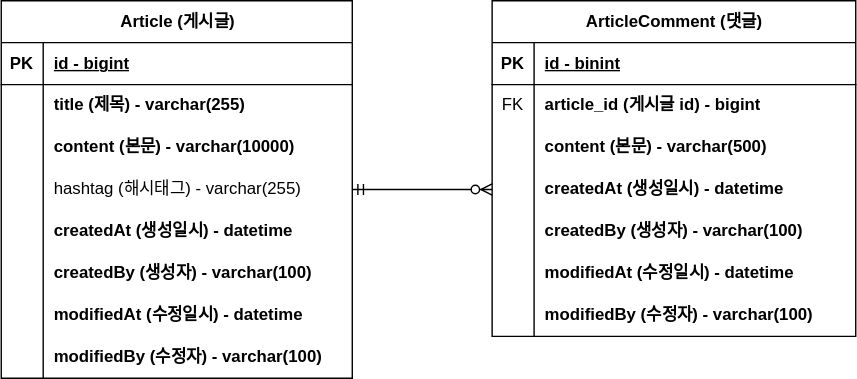
This is document/project-board-erd.svg from bonggyoson/Toy-project-board, a draw.io export, as it was before one commit. Source tidied: cells renumbered, new cells last; positions are measured from the earlier drawing's top-left corner, leaving out a move shared by most shapes.
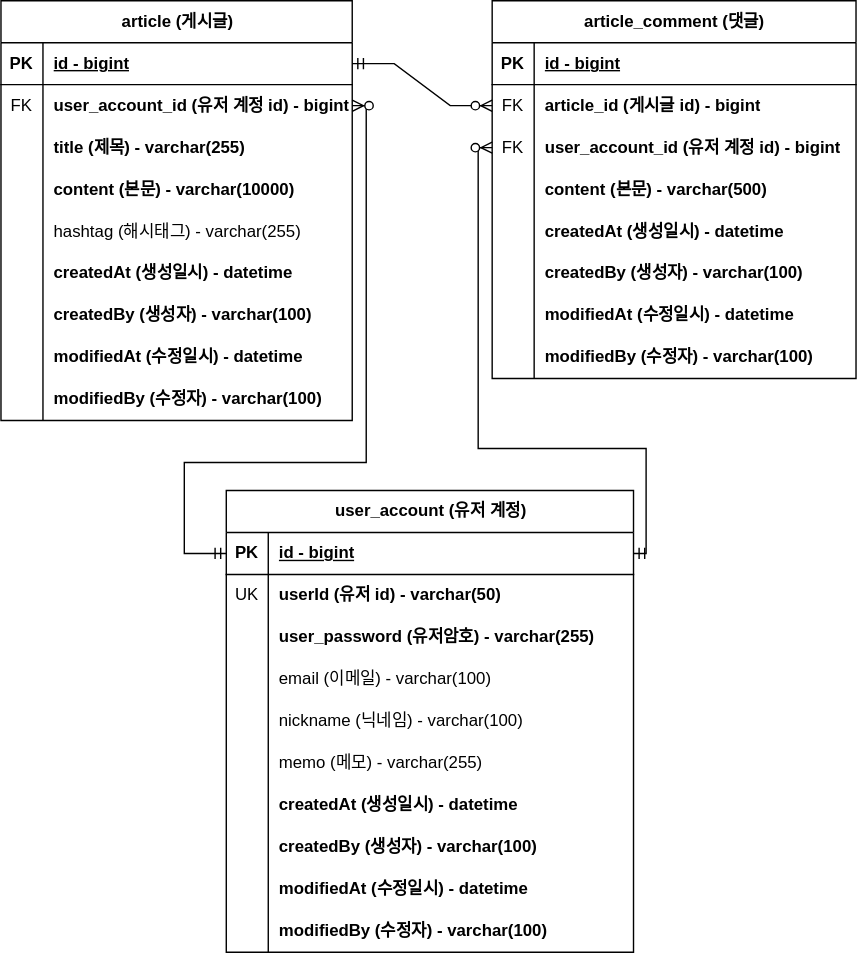
Above is the later version.

Commit message:
#21 - erd 업데이트 - user_account 추가

What changed in the source:
```diff
@@ -2,8 +2,8 @@
   <root>
     <mxCell id="0" />
     <mxCell id="1" parent="0" />
-    <mxCell id="2" value="Article (게시글)" style="shape=table;startSize=30;rowLines=0;fontStyle=1;align=center;html=1;" parent="1" vertex="1">
-      <mxGeometry width="251" height="270" as="geometry" />
+    <mxCell id="2" value="article (게시글)" style="shape=table;startSize=30;rowLines=0;fontStyle=1;align=center;html=1;" parent="1" vertex="1">
+      <mxGeometry width="251" height="300" as="geometry" />
     </mxCell>
     <mxCell id="3" style="shape=tableRow;horizontal=0;startSize=0;swimlaneHead=0;swimlaneBody=0;fillColor=none;points=[[0,0.5],[1,0.5]];portConstraint=eastwest;top=0;left=0;right=0;bottom=1;" parent="2" vertex="1">
       <mxGeometry y="30" width="251" height="30" as="geometry" />
@@ -17,14 +17,23 @@
     <mxCell id="6" style="shape=tableRow;horizontal=0;startSize=0;swimlaneHead=0;swimlaneBody=0;fillColor=none;points=[[0,0.5],[1,0.5]];portConstraint=eastwest;top=0;left=0;right=0;bottom=0;" parent="2" vertex="1">
       <mxGeometry y="60" width="251" height="30" as="geometry" />
     </mxCell>
-    <mxCell id="7" style="shape=partialRectangle;fillColor=none;top=0;left=0;bottom=0;right=0;overflow=hidden;whiteSpace=wrap;html=1;" parent="6" vertex="1">
+    <mxCell id="7" value="FK" style="shape=partialRectangle;fillColor=none;top=0;left=0;bottom=0;right=0;overflow=hidden;whiteSpace=wrap;html=1;" parent="6" vertex="1">
       <mxGeometry width="30" height="30" as="geometry" />
     </mxCell>
-    <mxCell id="8" value="title (제목) - varchar(255)" style="shape=partialRectangle;fillColor=none;top=0;left=0;bottom=0;right=0;align=left;spacingLeft=6;overflow=hidden;whiteSpace=wrap;html=1;fontStyle=1;" parent="6" vertex="1">
+    <mxCell id="8" value="user_account_id (유저 계정 id) - bigint" style="shape=partialRectangle;fillColor=none;top=0;left=0;bottom=0;right=0;align=left;spacingLeft=6;overflow=hidden;whiteSpace=wrap;html=1;fontStyle=1;" parent="6" vertex="1">
       <mxGeometry x="30" width="221" height="30" as="geometry" />
     </mxCell>
+    <mxCell id="50" style="shape=tableRow;horizontal=0;startSize=0;swimlaneHead=0;swimlaneBody=0;fillColor=none;top=0;left=0;right=0;bottom=0;" parent="2" vertex="1">
+      <mxGeometry y="90" width="251" height="30" as="geometry" />
+    </mxCell>
+    <mxCell id="51" style="shape=partialRectangle;fillColor=none;top=0;left=0;bottom=0;right=0;overflow=hidden;whiteSpace=wrap;html=1;" parent="50" vertex="1">
+      <mxGeometry width="30" height="30" as="geometry" />
+    </mxCell>
+    <mxCell id="52" value="title (제목) - varchar(255)" style="shape=partialRectangle;fillColor=none;top=0;left=0;bottom=0;right=0;align=left;spacingLeft=6;overflow=hidden;whiteSpace=wrap;html=1;fontStyle=1;" parent="50" vertex="1">
+      <mxGeometry x="30" width="221" height="30" as="geometry" />
+    </mxCell>
     <mxCell id="9" style="shape=tableRow;horizontal=0;startSize=0;swimlaneHead=0;swimlaneBody=0;fillColor=none;top=0;left=0;right=0;bottom=0;" parent="2" vertex="1">
-      <mxGeometry y="90" width="251" height="30" as="geometry" />
+      <mxGeometry y="120" width="251" height="30" as="geometry" />
     </mxCell>
     <mxCell id="10" style="shape=partialRectangle;fillColor=none;top=0;left=0;bottom=0;right=0;overflow=hidden;whiteSpace=wrap;html=1;" parent="9" vertex="1">
       <mxGeometry width="30" height="30" as="geometry" />
@@ -33,7 +42,7 @@
       <mxGeometry x="30" width="221" height="30" as="geometry" />
     </mxCell>
     <mxCell id="12" style="shape=tableRow;horizontal=0;startSize=0;swimlaneHead=0;swimlaneBody=0;fillColor=none;points=[[0,0.5],[1,0.5]];portConstraint=eastwest;top=0;left=0;right=0;bottom=0;" parent="2" vertex="1">
-      <mxGeometry y="120" width="251" height="30" as="geometry" />
+      <mxGeometry y="150" width="251" height="30" as="geometry" />
     </mxCell>
     <mxCell id="13" style="shape=partialRectangle;fillColor=none;top=0;left=0;bottom=0;right=0;overflow=hidden;whiteSpace=wrap;html=1;" parent="12" vertex="1">
       <mxGeometry width="30" height="30" as="geometry" />
@@ -42,7 +51,7 @@
       <mxGeometry x="30" width="221" height="30" as="geometry" />
     </mxCell>
     <mxCell id="15" style="shape=tableRow;horizontal=0;startSize=0;swimlaneHead=0;swimlaneBody=0;fillColor=none;top=0;left=0;right=0;bottom=0;" parent="2" vertex="1">
-      <mxGeometry y="150" width="251" height="30" as="geometry" />
+      <mxGeometry y="180" width="251" height="30" as="geometry" />
     </mxCell>
     <mxCell id="16" style="shape=partialRectangle;fillColor=none;top=0;left=0;bottom=0;right=0;overflow=hidden;whiteSpace=wrap;html=1;" parent="15" vertex="1">
       <mxGeometry width="30" height="30" as="geometry" />
@@ -51,7 +60,7 @@
       <mxGeometry x="30" width="221" height="30" as="geometry" />
     </mxCell>
     <mxCell id="18" style="shape=tableRow;horizontal=0;startSize=0;swimlaneHead=0;swimlaneBody=0;fillColor=none;top=0;left=0;right=0;bottom=0;" parent="2" vertex="1">
-      <mxGeometry y="180" width="251" height="30" as="geometry" />
+      <mxGeometry y="210" width="251" height="30" as="geometry" />
     </mxCell>
     <mxCell id="19" style="shape=partialRectangle;fillColor=none;top=0;left=0;bottom=0;right=0;overflow=hidden;whiteSpace=wrap;html=1;" parent="18" vertex="1">
       <mxGeometry width="30" height="30" as="geometry" />
@@ -60,7 +69,7 @@
       <mxGeometry x="30" width="221" height="30" as="geometry" />
     </mxCell>
     <mxCell id="21" style="shape=tableRow;horizontal=0;startSize=0;swimlaneHead=0;swimlaneBody=0;fillColor=none;top=0;left=0;right=0;bottom=0;" parent="2" vertex="1">
-      <mxGeometry y="210" width="251" height="30" as="geometry" />
+      <mxGeometry y="240" width="251" height="30" as="geometry" />
     </mxCell>
     <mxCell id="22" style="shape=partialRectangle;fillColor=none;top=0;left=0;bottom=0;right=0;overflow=hidden;whiteSpace=wrap;html=1;" parent="21" vertex="1">
       <mxGeometry width="30" height="30" as="geometry" />
@@ -69,7 +78,7 @@
       <mxGeometry x="30" width="221" height="30" as="geometry" />
     </mxCell>
     <mxCell id="24" style="shape=tableRow;horizontal=0;startSize=0;swimlaneHead=0;swimlaneBody=0;fillColor=none;top=0;left=0;right=0;bottom=0;" parent="2" vertex="1">
-      <mxGeometry y="240" width="251" height="30" as="geometry" />
+      <mxGeometry y="270" width="251" height="30" as="geometry" />
     </mxCell>
     <mxCell id="25" style="shape=partialRectangle;fillColor=none;top=0;left=0;bottom=0;right=0;overflow=hidden;whiteSpace=wrap;html=1;" parent="24" vertex="1">
       <mxGeometry width="30" height="30" as="geometry" />
@@ -77,8 +86,8 @@
     <mxCell id="26" value="modifiedBy (수정자) - varchar(100)" style="shape=partialRectangle;fillColor=none;top=0;left=0;bottom=0;right=0;align=left;spacingLeft=6;overflow=hidden;whiteSpace=wrap;html=1;fontStyle=1;" parent="24" vertex="1">
       <mxGeometry x="30" width="221" height="30" as="geometry" />
     </mxCell>
-    <mxCell id="27" value="ArticleComment (댓글)" style="shape=table;startSize=30;rowLines=0;fontStyle=1;align=center;html=1;" parent="1" vertex="1">
-      <mxGeometry x="351" width="260" height="240" as="geometry" />
+    <mxCell id="27" value="article_comment (댓글)" style="shape=table;startSize=30;rowLines=0;fontStyle=1;align=center;html=1;" parent="1" vertex="1">
+      <mxGeometry x="351" width="260" height="270" as="geometry" />
     </mxCell>
     <mxCell id="28" style="shape=tableRow;horizontal=0;startSize=0;swimlaneHead=0;swimlaneBody=0;fillColor=none;top=0;left=0;right=0;bottom=1;" parent="27" vertex="1">
       <mxGeometry y="30" width="260" height="30" as="geometry" />
@@ -86,7 +95,7 @@
     <mxCell id="29" value="PK" style="shape=partialRectangle;fillColor=none;top=0;left=0;bottom=0;right=0;fontStyle=1;overflow=hidden;whiteSpace=wrap;html=1;" parent="28" vertex="1">
       <mxGeometry width="30" height="30" as="geometry" />
     </mxCell>
-    <mxCell id="30" value="id - binint" style="shape=partialRectangle;fillColor=none;top=0;left=0;bottom=0;right=0;align=left;spacingLeft=6;fontStyle=5;overflow=hidden;whiteSpace=wrap;html=1;" parent="28" vertex="1">
+    <mxCell id="30" value="id - bigint" style="shape=partialRectangle;fillColor=none;top=0;left=0;bottom=0;right=0;align=left;spacingLeft=6;fontStyle=5;overflow=hidden;whiteSpace=wrap;html=1;" parent="28" vertex="1">
       <mxGeometry x="30" width="230" height="30" as="geometry" />
     </mxCell>
     <mxCell id="31" style="shape=tableRow;horizontal=0;startSize=0;swimlaneHead=0;swimlaneBody=0;fillColor=none;points=[[0,0.5],[1,0.5]];portConstraint=eastwest;top=0;left=0;right=0;bottom=0;" parent="27" vertex="1">
@@ -98,8 +107,17 @@
     <mxCell id="33" value="article_id (게시글 id) - bigint" style="shape=partialRectangle;fillColor=none;top=0;left=0;bottom=0;right=0;align=left;spacingLeft=6;overflow=hidden;whiteSpace=wrap;html=1;fontStyle=1;" parent="31" vertex="1">
       <mxGeometry x="30" width="230" height="30" as="geometry" />
     </mxCell>
+    <mxCell id="53" style="shape=tableRow;horizontal=0;startSize=0;swimlaneHead=0;swimlaneBody=0;fillColor=none;points=[[0,0.5],[1,0.5]];portConstraint=eastwest;top=0;left=0;right=0;bottom=0;" parent="27" vertex="1">
+      <mxGeometry y="90" width="260" height="30" as="geometry" />
+    </mxCell>
+    <mxCell id="54" value="FK" style="shape=partialRectangle;fillColor=none;top=0;left=0;bottom=0;right=0;overflow=hidden;whiteSpace=wrap;html=1;" parent="53" vertex="1">
+      <mxGeometry width="30" height="30" as="geometry" />
+    </mxCell>
+    <mxCell id="55" value="user_account_id (유저 계정&amp;nbsp;id) - bigint" style="shape=partialRectangle;fillColor=none;top=0;left=0;bottom=0;right=0;align=left;spacingLeft=6;overflow=hidden;whiteSpace=wrap;html=1;fontStyle=1;" parent="53" vertex="1">
+      <mxGeometry x="30" width="230" height="30" as="geometry" />
+    </mxCell>
     <mxCell id="34" style="shape=tableRow;horizontal=0;startSize=0;swimlaneHead=0;swimlaneBody=0;fillColor=none;top=0;left=0;right=0;bottom=0;" parent="27" vertex="1">
-      <mxGeometry y="90" width="260" height="30" as="geometry" />
+      <mxGeometry y="120" width="260" height="30" as="geometry" />
     </mxCell>
     <mxCell id="35" style="shape=partialRectangle;fillColor=none;top=0;left=0;bottom=0;right=0;overflow=hidden;whiteSpace=wrap;html=1;" parent="34" vertex="1">
       <mxGeometry width="30" height="30" as="geometry" />
@@ -108,7 +126,7 @@
       <mxGeometry x="30" width="230" height="30" as="geometry" />
     </mxCell>
     <mxCell id="37" style="shape=tableRow;horizontal=0;startSize=0;swimlaneHead=0;swimlaneBody=0;fillColor=none;points=[[0,0.5],[1,0.5]];portConstraint=eastwest;top=0;left=0;right=0;bottom=0;" parent="27" vertex="1">
-      <mxGeometry y="120" width="260" height="30" as="geometry" />
+      <mxGeometry y="150" width="260" height="30" as="geometry" />
     </mxCell>
     <mxCell id="38" style="shape=partialRectangle;fillColor=none;top=0;left=0;bottom=0;right=0;overflow=hidden;whiteSpace=wrap;html=1;" parent="37" vertex="1">
       <mxGeometry width="30" height="30" as="geometry" />
@@ -117,7 +135,7 @@
       <mxGeometry x="30" width="230" height="30" as="geometry" />
     </mxCell>
     <mxCell id="40" style="shape=tableRow;horizontal=0;startSize=0;swimlaneHead=0;swimlaneBody=0;fillColor=none;top=0;left=0;right=0;bottom=0;" parent="27" vertex="1">
-      <mxGeometry y="150" width="260" height="30" as="geometry" />
+      <mxGeometry y="180" width="260" height="30" as="geometry" />
     </mxCell>
     <mxCell id="41" style="shape=partialRectangle;fillColor=none;top=0;left=0;bottom=0;right=0;overflow=hidden;whiteSpace=wrap;html=1;" parent="40" vertex="1">
       <mxGeometry width="30" height="30" as="geometry" />
@@ -126,7 +144,7 @@
       <mxGeometry x="30" width="230" height="30" as="geometry" />
     </mxCell>
     <mxCell id="43" style="shape=tableRow;horizontal=0;startSize=0;swimlaneHead=0;swimlaneBody=0;fillColor=none;top=0;left=0;right=0;bottom=0;" parent="27" vertex="1">
-      <mxGeometry y="180" width="260" height="30" as="geometry" />
+      <mxGeometry y="210" width="260" height="30" as="geometry" />
     </mxCell>
     <mxCell id="44" style="shape=partialRectangle;fillColor=none;top=0;left=0;bottom=0;right=0;overflow=hidden;whiteSpace=wrap;html=1;" parent="43" vertex="1">
       <mxGeometry width="30" height="30" as="geometry" />
@@ -135,7 +153,7 @@
       <mxGeometry x="30" width="230" height="30" as="geometry" />
     </mxCell>
     <mxCell id="46" style="shape=tableRow;horizontal=0;startSize=0;swimlaneHead=0;swimlaneBody=0;fillColor=none;top=0;left=0;right=0;bottom=0;" parent="27" vertex="1">
-      <mxGeometry y="210" width="260" height="30" as="geometry" />
+      <mxGeometry y="240" width="260" height="30" as="geometry" />
     </mxCell>
     <mxCell id="47" style="shape=partialRectangle;fillColor=none;top=0;left=0;bottom=0;right=0;overflow=hidden;whiteSpace=wrap;html=1;" parent="46" vertex="1">
       <mxGeometry width="30" height="30" as="geometry" />
@@ -143,8 +161,121 @@
     <mxCell id="48" value="modifiedBy (수정자) - varchar(100)" style="shape=partialRectangle;fillColor=none;top=0;left=0;bottom=0;right=0;align=left;spacingLeft=6;overflow=hidden;whiteSpace=wrap;html=1;fontStyle=1;" parent="46" vertex="1">
       <mxGeometry x="30" width="230" height="30" as="geometry" />
     </mxCell>
-    <mxCell id="49" style="edgeStyle=entityRelationEdgeStyle;fontSize=12;html=1;endArrow=ERzeroToMany;startArrow=ERmandOne;rounded=0;entryX=0;entryY=0.5;entryDx=0;entryDy=0;exitX=1;exitY=0.5;exitDx=0;exitDy=0;" parent="1" edge="1" source="12" target="37">
+    <mxCell id="49" style="edgeStyle=entityRelationEdgeStyle;fontSize=12;html=1;endArrow=ERzeroToMany;startArrow=ERmandOne;rounded=0;entryX=0;entryY=0.5;entryDx=0;entryDy=0;exitX=1;exitY=0.5;exitDx=0;exitDy=0;" parent="1" edge="1" source="3" target="31">
       <mxGeometry relative="1" as="geometry" />
     </mxCell>
+    <mxCell id="56" value="user_account (유저 계정)" style="shape=table;startSize=30;rowLines=0;fontStyle=1;align=center;html=1;" parent="1" vertex="1">
+      <mxGeometry x="161" y="350" width="291" height="330" as="geometry" />
+    </mxCell>
+    <mxCell id="57" style="shape=tableRow;horizontal=0;startSize=0;swimlaneHead=0;swimlaneBody=0;fillColor=none;points=[[0,0.5],[1,0.5]];portConstraint=eastwest;top=0;left=0;right=0;bottom=1;" parent="56" vertex="1">
+      <mxGeometry y="30" width="291" height="30" as="geometry" />
+    </mxCell>
+    <mxCell id="58" value="PK" style="shape=partialRectangle;fillColor=none;top=0;left=0;bottom=0;right=0;fontStyle=1;overflow=hidden;whiteSpace=wrap;html=1;" parent="57" vertex="1">
+      <mxGeometry width="30" height="30" as="geometry" />
+    </mxCell>
+    <mxCell id="59" value="id - bigint" style="shape=partialRectangle;fillColor=none;top=0;left=0;bottom=0;right=0;align=left;spacingLeft=6;fontStyle=5;overflow=hidden;whiteSpace=wrap;html=1;" parent="57" vertex="1">
+      <mxGeometry x="30" width="261" height="30" as="geometry" />
+    </mxCell>
+    <mxCell id="60" style="shape=tableRow;horizontal=0;startSize=0;swimlaneHead=0;swimlaneBody=0;fillColor=none;top=0;left=0;right=0;bottom=0;" parent="56" vertex="1">
+      <mxGeometry y="60" width="291" height="30" as="geometry" />
+    </mxCell>
+    <mxCell id="61" value="UK" style="shape=partialRectangle;fillColor=none;top=0;left=0;bottom=0;right=0;overflow=hidden;whiteSpace=wrap;html=1;" parent="60" vertex="1">
+      <mxGeometry width="30" height="30" as="geometry" />
+    </mxCell>
+    <mxCell id="62" value="userId (유저 id) - varchar(50)" style="shape=partialRectangle;fillColor=none;top=0;left=0;bottom=0;right=0;align=left;spacingLeft=6;overflow=hidden;whiteSpace=wrap;html=1;fontStyle=1;" parent="60" vertex="1">
+      <mxGeometry x="30" width="261" height="30" as="geometry" />
+    </mxCell>
+    <mxCell id="63" style="shape=tableRow;horizontal=0;startSize=0;swimlaneHead=0;swimlaneBody=0;fillColor=none;top=0;left=0;right=0;bottom=0;" parent="56" vertex="1">
+      <mxGeometry y="90" width="291" height="30" as="geometry" />
+    </mxCell>
+    <mxCell id="64" style="shape=partialRectangle;fillColor=none;top=0;left=0;bottom=0;right=0;overflow=hidden;whiteSpace=wrap;html=1;" parent="63" vertex="1">
+      <mxGeometry width="30" height="30" as="geometry" />
+    </mxCell>
+    <mxCell id="65" value="user_password (유저암호) - varchar(255)" style="shape=partialRectangle;fillColor=none;top=0;left=0;bottom=0;right=0;align=left;spacingLeft=6;overflow=hidden;whiteSpace=wrap;html=1;fontStyle=1;" parent="63" vertex="1">
+      <mxGeometry x="30" width="261" height="30" as="geometry" />
+    </mxCell>
+    <mxCell id="66" style="shape=tableRow;horizontal=0;startSize=0;swimlaneHead=0;swimlaneBody=0;fillColor=none;top=0;left=0;right=0;bottom=0;" parent="56" vertex="1">
+      <mxGeometry y="120" width="291" height="30" as="geometry" />
+    </mxCell>
+    <mxCell id="67" style="shape=partialRectangle;fillColor=none;top=0;left=0;bottom=0;right=0;overflow=hidden;whiteSpace=wrap;html=1;" parent="66" vertex="1">
+      <mxGeometry width="30" height="30" as="geometry" />
+    </mxCell>
+    <mxCell id="68" value="&lt;span style=&quot;font-weight: normal;&quot;&gt;email (이메일) - varchar(100)&lt;/span&gt;" style="shape=partialRectangle;fillColor=none;top=0;left=0;bottom=0;right=0;align=left;spacingLeft=6;overflow=hidden;whiteSpace=wrap;html=1;fontStyle=1;" parent="66" vertex="1">
+      <mxGeometry x="30" width="261" height="30" as="geometry" />
+    </mxCell>
+    <mxCell id="69" style="shape=tableRow;horizontal=0;startSize=0;swimlaneHead=0;swimlaneBody=0;fillColor=none;top=0;left=0;right=0;bottom=0;" parent="56" vertex="1">
+      <mxGeometry y="150" width="291" height="30" as="geometry" />
+    </mxCell>
+    <mxCell id="70" style="shape=partialRectangle;fillColor=none;top=0;left=0;bottom=0;right=0;overflow=hidden;whiteSpace=wrap;html=1;" parent="69" vertex="1">
+      <mxGeometry width="30" height="30" as="geometry" />
+    </mxCell>
+    <mxCell id="71" value="nickname (닉네임) - varchar(100)" style="shape=partialRectangle;fillColor=none;top=0;left=0;bottom=0;right=0;align=left;spacingLeft=6;overflow=hidden;whiteSpace=wrap;html=1;" parent="69" vertex="1">
+      <mxGeometry x="30" width="261" height="30" as="geometry" />
+    </mxCell>
+    <mxCell id="72" style="shape=tableRow;horizontal=0;startSize=0;swimlaneHead=0;swimlaneBody=0;fillColor=none;top=0;left=0;right=0;bottom=0;" parent="56" vertex="1">
+      <mxGeometry y="180" width="291" height="30" as="geometry" />
+    </mxCell>
+    <mxCell id="73" style="shape=partialRectangle;fillColor=none;top=0;left=0;bottom=0;right=0;overflow=hidden;whiteSpace=wrap;html=1;" parent="72" vertex="1">
+      <mxGeometry width="30" height="30" as="geometry" />
+    </mxCell>
+    <mxCell id="74" value="memo (메모) - varchar(255)" style="shape=partialRectangle;fillColor=none;top=0;left=0;bottom=0;right=0;align=left;spacingLeft=6;overflow=hidden;whiteSpace=wrap;html=1;" parent="72" vertex="1">
+      <mxGeometry x="30" width="261" height="30" as="geometry" />
+    </mxCell>
+    <mxCell id="75" style="shape=tableRow;horizontal=0;startSize=0;swimlaneHead=0;swimlaneBody=0;fillColor=none;top=0;left=0;right=0;bottom=0;" parent="56" vertex="1">
+      <mxGeometry y="210" width="291" height="30" as="geometry" />
+    </mxCell>
+    <mxCell id="76" style="shape=partialRectangle;fillColor=none;top=0;left=0;bottom=0;right=0;overflow=hidden;whiteSpace=wrap;html=1;" parent="75" vertex="1">
+      <mxGeometry width="30" height="30" as="geometry" />
+    </mxCell>
+    <mxCell id="77" value="createdAt (생성일시) - datetime" style="shape=partialRectangle;fillColor=none;top=0;left=0;bottom=0;right=0;align=left;spacingLeft=6;overflow=hidden;whiteSpace=wrap;html=1;fontStyle=1;" parent="75" vertex="1">
+      <mxGeometry x="30" width="261" height="30" as="geometry" />
+    </mxCell>
+    <mxCell id="78" style="shape=tableRow;horizontal=0;startSize=0;swimlaneHead=0;swimlaneBody=0;fillColor=none;top=0;left=0;right=0;bottom=0;" parent="56" vertex="1">
+      <mxGeometry y="240" width="291" height="30" as="geometry" />
+    </mxCell>
+    <mxCell id="79" style="shape=partialRectangle;fillColor=none;top=0;left=0;bottom=0;right=0;overflow=hidden;whiteSpace=wrap;html=1;" parent="78" vertex="1">
+      <mxGeometry width="30" height="30" as="geometry" />
+    </mxCell>
+    <mxCell id="80" value="createdBy (생성자) - varchar(100)" style="shape=partialRectangle;fillColor=none;top=0;left=0;bottom=0;right=0;align=left;spacingLeft=6;overflow=hidden;whiteSpace=wrap;html=1;fontStyle=1;" parent="78" vertex="1">
+      <mxGeometry x="30" width="261" height="30" as="geometry" />
+    </mxCell>
+    <mxCell id="81" style="shape=tableRow;horizontal=0;startSize=0;swimlaneHead=0;swimlaneBody=0;fillColor=none;top=0;left=0;right=0;bottom=0;" parent="56" vertex="1">
+      <mxGeometry y="270" width="291" height="30" as="geometry" />
+    </mxCell>
+    <mxCell id="82" style="shape=partialRectangle;fillColor=none;top=0;left=0;bottom=0;right=0;overflow=hidden;whiteSpace=wrap;html=1;" parent="81" vertex="1">
+      <mxGeometry width="30" height="30" as="geometry" />
+    </mxCell>
+    <mxCell id="83" value="modifiedAt (수정일시) - datetime" style="shape=partialRectangle;fillColor=none;top=0;left=0;bottom=0;right=0;align=left;spacingLeft=6;overflow=hidden;whiteSpace=wrap;html=1;fontStyle=1;" parent="81" vertex="1">
+      <mxGeometry x="30" width="261" height="30" as="geometry" />
+    </mxCell>
+    <mxCell id="84" style="shape=tableRow;horizontal=0;startSize=0;swimlaneHead=0;swimlaneBody=0;fillColor=none;top=0;left=0;right=0;bottom=0;" parent="56" vertex="1">
+      <mxGeometry y="300" width="291" height="30" as="geometry" />
+    </mxCell>
+    <mxCell id="85" style="shape=partialRectangle;fillColor=none;top=0;left=0;bottom=0;right=0;overflow=hidden;whiteSpace=wrap;html=1;" parent="84" vertex="1">
+      <mxGeometry width="30" height="30" as="geometry" />
+    </mxCell>
+    <mxCell id="86" value="modifiedBy (수정자) - varchar(100)" style="shape=partialRectangle;fillColor=none;top=0;left=0;bottom=0;right=0;align=left;spacingLeft=6;overflow=hidden;whiteSpace=wrap;html=1;fontStyle=1;" parent="84" vertex="1">
+      <mxGeometry x="30" width="261" height="30" as="geometry" />
+    </mxCell>
+    <mxCell id="87" style="edgeStyle=orthogonalEdgeStyle;fontSize=12;html=1;endArrow=ERzeroToMany;startArrow=ERmandOne;rounded=0;exitX=0;exitY=0.5;exitDx=0;exitDy=0;entryX=1;entryY=0.5;entryDx=0;entryDy=0;" parent="1" edge="1" source="57" target="6">
+      <mxGeometry relative="1" as="geometry">
+        <Array as="points">
+          <mxPoint x="131" y="395" />
+          <mxPoint x="131" y="330" />
+          <mxPoint x="261" y="330" />
+          <mxPoint x="261" y="75" />
+        </Array>
+      </mxGeometry>
+    </mxCell>
+    <mxCell id="88" style="edgeStyle=orthogonalEdgeStyle;fontSize=12;html=1;endArrow=ERzeroToMany;startArrow=ERmandOne;rounded=0;entryX=0;entryY=0.5;entryDx=0;entryDy=0;exitX=1;exitY=0.5;exitDx=0;exitDy=0;" parent="1" edge="1" source="57" target="53">
+      <mxGeometry relative="1" as="geometry">
+        <Array as="points">
+          <mxPoint x="461" y="395" />
+          <mxPoint x="461" y="320" />
+          <mxPoint x="341" y="320" />
+          <mxPoint x="341" y="105" />
+        </Array>
+      </mxGeometry>
+    </mxCell>
   </root>
 </mxGraphModel>
```
